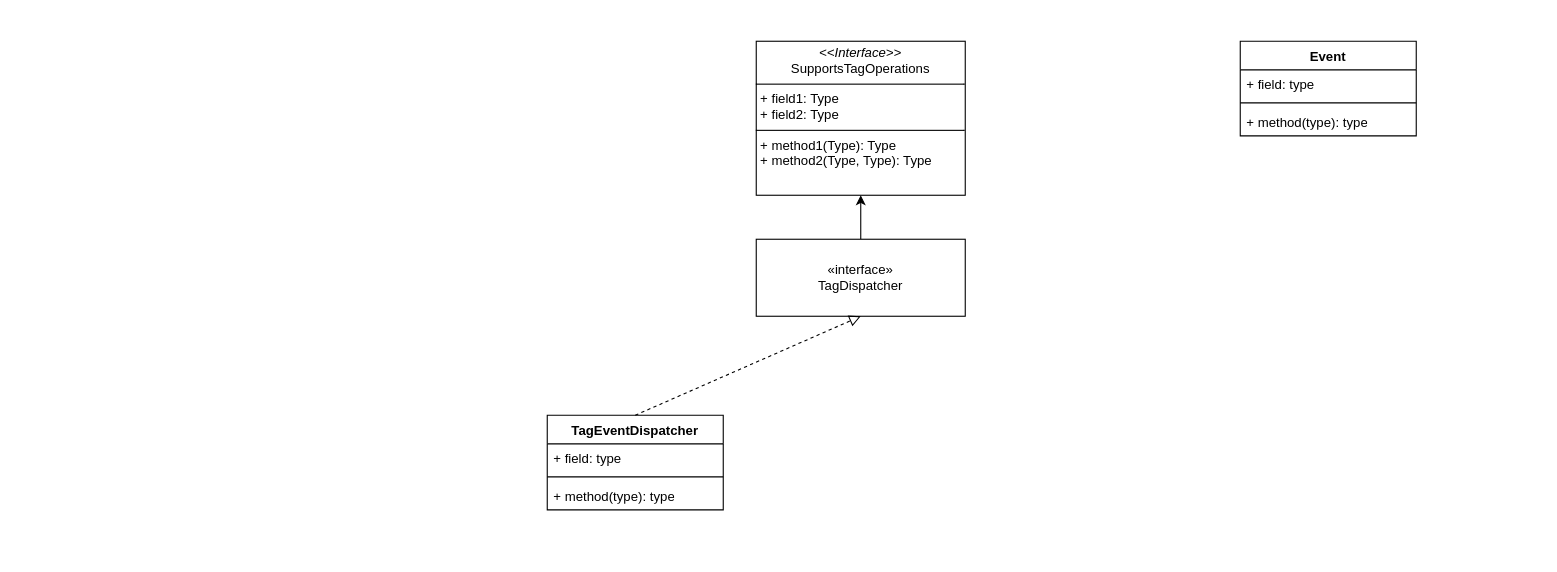
Above: TagSystemDesign.drawio in TungYuChiang/java-practice-lab (draw.io), before the change. Source tidied: cells renumbered, new cells numbered last; positions are measured from the earlier drawing's top-left corner, leaving out a move shared by most shapes. Both pictures are drawn from the tidied source at 110%, with x=0, y=0 at pixel (547, 41).
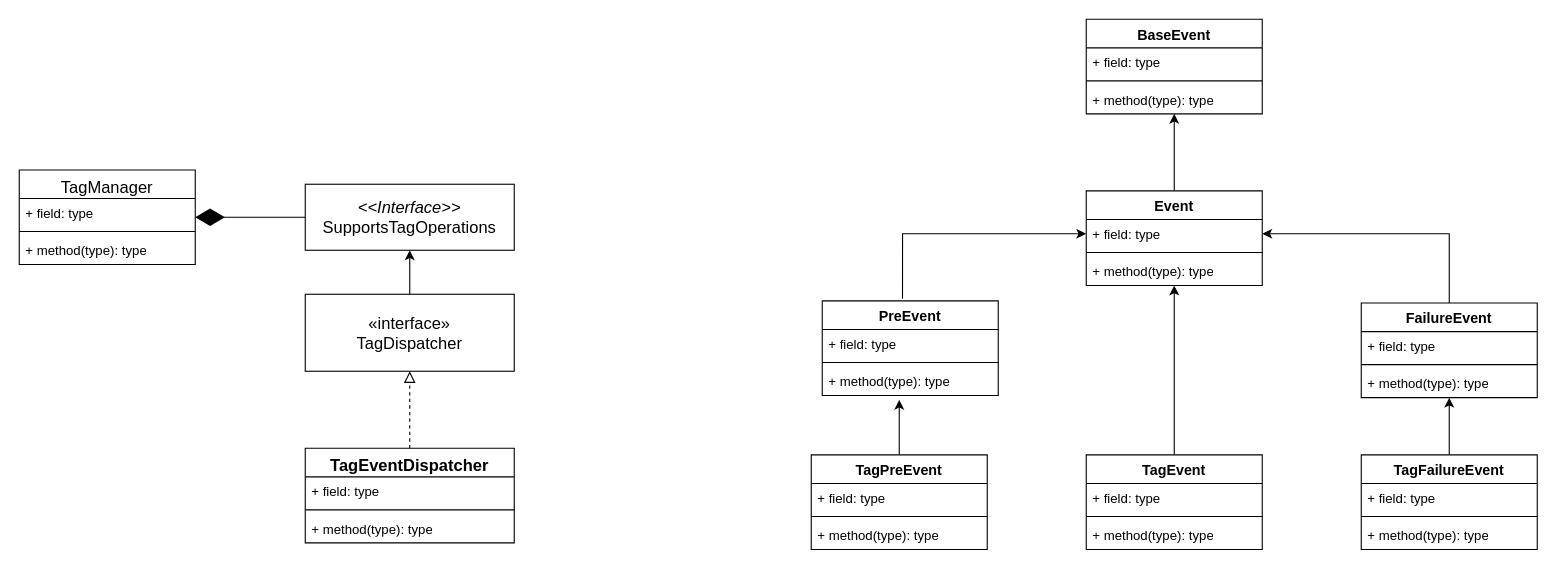
After the change.

The change refers to these unchanged cells:
```xml
<mxCell id="10" value="+ field: type" style="text;strokeColor=none;fillColor=none;align=left;verticalAlign=top;spacingLeft=4;spacingRight=4;overflow=hidden;points=[[0,0.5],[1,0.5]];portConstraint=eastwest;whiteSpace=wrap;html=1;" parent="9" vertex="1">
  <mxGeometry y="26" width="160" height="26" as="geometry" />
</mxCell>
```

What changed in the source:
```diff
@@
-    <mxCell id="2" value="&lt;p style=&quot;margin:0px;margin-top:4px;text-align:center;&quot;&gt;&lt;i&gt;&amp;lt;&amp;lt;Interface&amp;gt;&amp;gt;&lt;/i&gt;&lt;br&gt;SupportsTagOperations&lt;/p&gt;&lt;hr size=&quot;1&quot; style=&quot;border-style:solid;&quot;&gt;&lt;p style=&quot;margin:0px;margin-left:4px;&quot;&gt;+ field1: Type&lt;br&gt;+ field2: Type&lt;/p&gt;&lt;hr size=&quot;1&quot; style=&quot;border-style:solid;&quot;&gt;&lt;p style=&quot;margin:0px;margin-left:4px;&quot;&gt;+ method1(Type): Type&lt;br&gt;+ method2(Type, Type): Type&lt;/p&gt;" style="verticalAlign=top;align=left;overflow=fill;html=1;whiteSpace=wrap;" parent="1" vertex="1">
-      <mxGeometry x="190" width="190" height="140" as="geometry" />
-    </mxCell>
-    <mxCell id="3" style="edgeStyle=orthogonalEdgeStyle;rounded=0;jettySize=auto;html=1;" parent="1" edge="1" source="4" target="2">
-      <mxGeometry relative="1" as="geometry" />
+    <mxCell id="3" style="edgeStyle=orthogonalEdgeStyle;rounded=0;jettySize=auto;html=1;" parent="1" edge="1" source="4">
+      <mxGeometry relative="1" as="geometry">
+        <mxPoint x="-125" y="190" as="targetPoint" />
+      </mxGeometry>
     </mxCell>
-    <mxCell id="4" value="«interface»&lt;br&gt;TagDispatcher" style="html=1;whiteSpace=wrap;" parent="1" vertex="1">
-      <mxGeometry x="190" y="180" width="190" height="70" as="geometry" />
+    <mxCell id="4" value="«interface»&lt;br&gt;TagDispatcher" style="html=1;whiteSpace=wrap;fontSize=15;" parent="1" vertex="1">
+      <mxGeometry x="-220" y="230" width="190" height="70" as="geometry" />
     </mxCell>
-    <mxCell id="5" value="TagEventDispatcher" style="swimlane;fontStyle=1;align=center;verticalAlign=top;horizontal=1;startSize=26;whiteSpace=wrap;html=1;" parent="1" vertex="1">
-      <mxGeometry y="340" width="160" height="86" as="geometry" />
+    <mxCell id="5" value="TagEventDispatcher" style="swimlane;fontStyle=1;align=center;verticalAlign=top;horizontal=1;startSize=26;whiteSpace=wrap;html=1;fontSize=15;" parent="1" vertex="1">
+      <mxGeometry x="-220" y="370" width="190" height="86" as="geometry" />
     </mxCell>
     <mxCell id="6" value="+ field: type" style="text;strokeColor=none;fillColor=none;align=left;verticalAlign=top;spacingLeft=4;spacingRight=4;overflow=hidden;whiteSpace=wrap;html=1;" parent="5" vertex="1">
-      <mxGeometry y="26" width="160" height="26" as="geometry" />
+      <mxGeometry y="26" width="190" height="26" as="geometry" />
     </mxCell>
     <mxCell id="7" style="line;strokeWidth=1;fillColor=none;align=left;verticalAlign=middle;spacingTop=-1;spacingLeft=3;spacingRight=3;labelPosition=right;strokeColor=inherit;" parent="5" vertex="1">
-      <mxGeometry y="52" width="160" height="8" as="geometry" />
+      <mxGeometry y="52" width="190" height="8" as="geometry" />
     </mxCell>
     <mxCell id="8" value="+ method(type): type" style="text;strokeColor=none;fillColor=none;align=left;verticalAlign=top;spacingLeft=4;spacingRight=4;overflow=hidden;whiteSpace=wrap;html=1;" parent="5" vertex="1">
-      <mxGeometry y="60" width="160" height="26" as="geometry" />
+      <mxGeometry y="60" width="190" height="26" as="geometry" />
     </mxCell>
+    <mxCell id="14" style="edgeStyle=orthogonalEdgeStyle;rounded=0;jettySize=auto;html=1;" parent="1" edge="1" source="9" target="25">
+      <mxGeometry relative="1" as="geometry" />
+    </mxCell>
-    <mxCell id="9" value="Event" style="swimlane;fontStyle=1;align=center;verticalAlign=top;horizontal=1;startSize=26;whiteSpace=wrap;html=1;" parent="1" vertex="1">
-      <mxGeometry x="630" width="160" height="86" as="geometry" />
+    <mxCell id="9" value="&lt;font style=&quot;font-size: 13px;&quot;&gt;Event&lt;/font&gt;" style="swimlane;fontStyle=1;align=center;verticalAlign=top;horizontal=1;startSize=26;whiteSpace=wrap;html=1;" parent="1" vertex="1">
+      <mxGeometry x="490" y="136" width="160" height="86" as="geometry" />
     </mxCell>
@@
+    <mxCell id="15" style="edgeStyle=orthogonalEdgeStyle;rounded=0;jettySize=auto;html=1;exitX=0.456;exitY=-0.023;exitDx=0;exitDy=0;entryX=0;entryY=0.5;entryDx=0;entryDy=0;exitPerimeter=0;" parent="1" edge="1" source="16" target="10">
+      <mxGeometry relative="1" as="geometry" />
+    </mxCell>
+    <mxCell id="16" value="PreEvent" style="swimlane;fontStyle=1;align=center;verticalAlign=top;horizontal=1;startSize=26;whiteSpace=wrap;html=1;fontSize=13;" parent="1" vertex="1">
+      <mxGeometry x="250" y="236" width="160" height="86" as="geometry" />
+    </mxCell>
+    <mxCell id="17" value="+ field: type" style="text;strokeColor=none;fillColor=none;align=left;verticalAlign=top;spacingLeft=4;spacingRight=4;overflow=hidden;whiteSpace=wrap;html=1;" parent="16" vertex="1">
+      <mxGeometry y="26" width="160" height="26" as="geometry" />
+    </mxCell>
+    <mxCell id="18" style="line;strokeWidth=1;fillColor=none;align=left;verticalAlign=middle;spacingTop=-1;spacingLeft=3;spacingRight=3;labelPosition=right;strokeColor=inherit;" parent="16" vertex="1">
+      <mxGeometry y="52" width="160" height="8" as="geometry" />
+    </mxCell>
+    <mxCell id="19" value="+ method(type): type" style="text;strokeColor=none;fillColor=none;align=left;verticalAlign=top;spacingLeft=4;spacingRight=4;overflow=hidden;whiteSpace=wrap;html=1;" parent="16" vertex="1">
+      <mxGeometry y="60" width="160" height="26" as="geometry" />
+    </mxCell>
+    <mxCell id="20" style="edgeStyle=orthogonalEdgeStyle;rounded=0;jettySize=auto;html=1;entryX=1;entryY=0.5;entryDx=0;entryDy=0;" parent="1" edge="1" source="21" target="10">
+      <mxGeometry relative="1" as="geometry" />
+    </mxCell>
+    <mxCell id="21" value="&lt;p style=&quot;white-space: pre-wrap; font-weight: 400; text-align: start; margin: 0px;&quot;&gt;&lt;span style=&quot;font-weight: 700; text-align: center; white-space: normal;&quot;&gt;&lt;font style=&quot;font-size: 13px;&quot;&gt;FailureEvent&lt;/font&gt;&lt;/span&gt;&lt;br&gt;&lt;/p&gt;" style="swimlane;fontStyle=1;align=center;verticalAlign=top;horizontal=1;startSize=26;whiteSpace=wrap;html=1;labelBorderColor=none;" parent="1" vertex="1">
+      <mxGeometry x="740" y="238" width="160" height="86" as="geometry" />
+    </mxCell>
+    <mxCell id="22" value="+ field: type" style="text;strokeColor=none;fillColor=none;align=left;verticalAlign=top;spacingLeft=4;spacingRight=4;overflow=hidden;whiteSpace=wrap;html=1;" parent="21" vertex="1">
+      <mxGeometry y="26" width="160" height="26" as="geometry" />
+    </mxCell>
+    <mxCell id="23" style="line;strokeWidth=1;fillColor=none;align=left;verticalAlign=middle;spacingTop=-1;spacingLeft=3;spacingRight=3;labelPosition=right;strokeColor=inherit;" parent="21" vertex="1">
+      <mxGeometry y="52" width="160" height="8" as="geometry" />
+    </mxCell>
+    <mxCell id="24" value="+ method(type): type" style="text;strokeColor=none;fillColor=none;align=left;verticalAlign=top;spacingLeft=4;spacingRight=4;overflow=hidden;whiteSpace=wrap;html=1;" parent="21" vertex="1">
+      <mxGeometry y="60" width="160" height="26" as="geometry" />
+    </mxCell>
+    <mxCell id="25" value="&lt;font style=&quot;font-size: 13px;&quot;&gt;BaseEvent&lt;/font&gt;" style="swimlane;fontStyle=1;align=center;verticalAlign=top;horizontal=1;startSize=26;whiteSpace=wrap;html=1;" parent="1" vertex="1">
+      <mxGeometry x="490" y="-20" width="160" height="86" as="geometry" />
+    </mxCell>
+    <mxCell id="26" value="+ field: type" style="text;strokeColor=none;fillColor=none;align=left;verticalAlign=top;spacingLeft=4;spacingRight=4;overflow=hidden;whiteSpace=wrap;html=1;" parent="25" vertex="1">
+      <mxGeometry y="26" width="160" height="26" as="geometry" />
+    </mxCell>
+    <mxCell id="27" style="line;strokeWidth=1;fillColor=none;align=left;verticalAlign=middle;spacingTop=-1;spacingLeft=3;spacingRight=3;labelPosition=right;strokeColor=inherit;" parent="25" vertex="1">
+      <mxGeometry y="52" width="160" height="8" as="geometry" />
+    </mxCell>
+    <mxCell id="28" value="+ method(type): type" style="text;strokeColor=none;fillColor=none;align=left;verticalAlign=top;spacingLeft=4;spacingRight=4;overflow=hidden;whiteSpace=wrap;html=1;" parent="25" vertex="1">
+      <mxGeometry y="60" width="160" height="26" as="geometry" />
+    </mxCell>
+    <mxCell id="29" style="edgeStyle=orthogonalEdgeStyle;rounded=0;jettySize=auto;html=1;" parent="1" edge="1" source="30">
+      <mxGeometry relative="1" as="geometry">
+        <mxPoint x="320" y="326" as="targetPoint" />
+      </mxGeometry>
+    </mxCell>
+    <mxCell id="30" value="TagPreEvent" style="swimlane;fontStyle=1;align=center;verticalAlign=top;horizontal=1;startSize=26;whiteSpace=wrap;html=1;fontSize=13;" parent="1" vertex="1">
+      <mxGeometry x="240" y="376" width="160" height="86" as="geometry" />
+    </mxCell>
+    <mxCell id="31" value="+ field: type" style="text;strokeColor=none;fillColor=none;align=left;verticalAlign=top;spacingLeft=4;spacingRight=4;overflow=hidden;whiteSpace=wrap;html=1;" parent="30" vertex="1">
+      <mxGeometry y="26" width="160" height="26" as="geometry" />
+    </mxCell>
+    <mxCell id="32" style="line;strokeWidth=1;fillColor=none;align=left;verticalAlign=middle;spacingTop=-1;spacingLeft=3;spacingRight=3;labelPosition=right;strokeColor=inherit;" parent="30" vertex="1">
+      <mxGeometry y="52" width="160" height="8" as="geometry" />
+    </mxCell>
+    <mxCell id="33" value="+ method(type): type" style="text;strokeColor=none;fillColor=none;align=left;verticalAlign=top;spacingLeft=4;spacingRight=4;overflow=hidden;whiteSpace=wrap;html=1;" parent="30" vertex="1">
+      <mxGeometry y="60" width="160" height="26" as="geometry" />
+    </mxCell>
+    <mxCell id="34" style="edgeStyle=orthogonalEdgeStyle;rounded=0;jettySize=auto;html=1;" parent="1" edge="1" source="35" target="9">
+      <mxGeometry relative="1" as="geometry" />
+    </mxCell>
+    <mxCell id="35" value="&lt;font style=&quot;font-size: 13px;&quot;&gt;TagEvent&lt;/font&gt;" style="swimlane;fontStyle=1;align=center;verticalAlign=top;horizontal=1;startSize=26;whiteSpace=wrap;html=1;" parent="1" vertex="1">
+      <mxGeometry x="490" y="376" width="160" height="86" as="geometry" />
+    </mxCell>
+    <mxCell id="36" value="+ field: type" style="text;strokeColor=none;fillColor=none;align=left;verticalAlign=top;spacingLeft=4;spacingRight=4;overflow=hidden;whiteSpace=wrap;html=1;" parent="35" vertex="1">
+      <mxGeometry y="26" width="160" height="26" as="geometry" />
+    </mxCell>
+    <mxCell id="37" style="line;strokeWidth=1;fillColor=none;align=left;verticalAlign=middle;spacingTop=-1;spacingLeft=3;spacingRight=3;labelPosition=right;strokeColor=inherit;" parent="35" vertex="1">
+      <mxGeometry y="52" width="160" height="8" as="geometry" />
+    </mxCell>
+    <mxCell id="38" value="+ method(type): type" style="text;strokeColor=none;fillColor=none;align=left;verticalAlign=top;spacingLeft=4;spacingRight=4;overflow=hidden;whiteSpace=wrap;html=1;" parent="35" vertex="1">
+      <mxGeometry y="60" width="160" height="26" as="geometry" />
+    </mxCell>
+    <mxCell id="39" style="edgeStyle=orthogonalEdgeStyle;rounded=0;jettySize=auto;html=1;" parent="1" edge="1" source="40" target="21">
+      <mxGeometry relative="1" as="geometry" />
+    </mxCell>
+    <mxCell id="40" value="&lt;font style=&quot;font-size: 13px;&quot;&gt;TagFailureEvent&lt;/font&gt;" style="swimlane;fontStyle=1;align=center;verticalAlign=top;horizontal=1;startSize=26;whiteSpace=wrap;html=1;" parent="1" vertex="1">
+      <mxGeometry x="740" y="376" width="160" height="86" as="geometry" />
+    </mxCell>
+    <mxCell id="41" value="+ field: type" style="text;strokeColor=none;fillColor=none;align=left;verticalAlign=top;spacingLeft=4;spacingRight=4;overflow=hidden;whiteSpace=wrap;html=1;" parent="40" vertex="1">
+      <mxGeometry y="26" width="160" height="26" as="geometry" />
+    </mxCell>
+    <mxCell id="42" style="line;strokeWidth=1;fillColor=none;align=left;verticalAlign=middle;spacingTop=-1;spacingLeft=3;spacingRight=3;labelPosition=right;strokeColor=inherit;" parent="40" vertex="1">
+      <mxGeometry y="52" width="160" height="8" as="geometry" />
+    </mxCell>
+    <mxCell id="43" value="+ method(type): type" style="text;strokeColor=none;fillColor=none;align=left;verticalAlign=top;spacingLeft=4;spacingRight=4;overflow=hidden;whiteSpace=wrap;html=1;" parent="40" vertex="1">
+      <mxGeometry y="60" width="160" height="26" as="geometry" />
+    </mxCell>
+    <mxCell id="44" value="&lt;i&gt;&amp;lt;&amp;lt;Interface&amp;gt;&amp;gt;&lt;/i&gt;&lt;br&gt;SupportsTagOperations" style="html=1;whiteSpace=wrap;fontSize=15;" parent="1" vertex="1">
+      <mxGeometry x="-220" y="130" width="190" height="60" as="geometry" />
+    </mxCell>
+    <mxCell id="45" value="&lt;span style=&quot;font-weight: 400; text-align: start;&quot;&gt;&lt;font style=&quot;font-size: 15px;&quot;&gt;TagManager&lt;/font&gt;&lt;/span&gt;" style="swimlane;fontStyle=1;align=center;verticalAlign=top;horizontal=1;startSize=26;whiteSpace=wrap;html=1;" parent="1" vertex="1">
+      <mxGeometry x="-480" y="117" width="160" height="86" as="geometry" />
+    </mxCell>
+    <mxCell id="46" value="+ field: type" style="text;strokeColor=none;fillColor=none;align=left;verticalAlign=top;spacingLeft=4;spacingRight=4;overflow=hidden;whiteSpace=wrap;html=1;" parent="45" vertex="1">
+      <mxGeometry y="26" width="160" height="26" as="geometry" />
+    </mxCell>
+    <mxCell id="47" style="line;strokeWidth=1;fillColor=none;align=left;verticalAlign=middle;spacingTop=-1;spacingLeft=3;spacingRight=3;labelPosition=right;strokeColor=inherit;" parent="45" vertex="1">
+      <mxGeometry y="52" width="160" height="8" as="geometry" />
+    </mxCell>
+    <mxCell id="48" value="+ method(type): type" style="text;strokeColor=none;fillColor=none;align=left;verticalAlign=top;spacingLeft=4;spacingRight=4;overflow=hidden;whiteSpace=wrap;html=1;" parent="45" vertex="1">
+      <mxGeometry y="60" width="160" height="26" as="geometry" />
+    </mxCell>
+    <mxCell id="49" style="endArrow=diamondThin;endFill=1;endSize=24;html=1;rounded=0;exitX=0;exitY=0.5;exitDx=0;exitDy=0;" parent="1" edge="1" source="44" target="45">
+      <mxGeometry relative="1" as="geometry" />
+    </mxCell>
+    <mxCell id="50" style="ellipse;whiteSpace=wrap;html=1;align=center;fillColor=none;strokeColor=none;perimeter=centerPerimeter;" parent="1" vertex="1">
+      <mxGeometry x="270" y="250" width="10" height="10" as="geometry" />
+    </mxCell>
+    <mxCell id="51" style="ellipse;whiteSpace=wrap;html=1;align=center;fillColor=none;strokeColor=none;perimeter=centerPerimeter;" parent="1" vertex="1">
+      <mxGeometry x="10" y="350" width="10" height="10" as="geometry" />
+    </mxCell>
```
